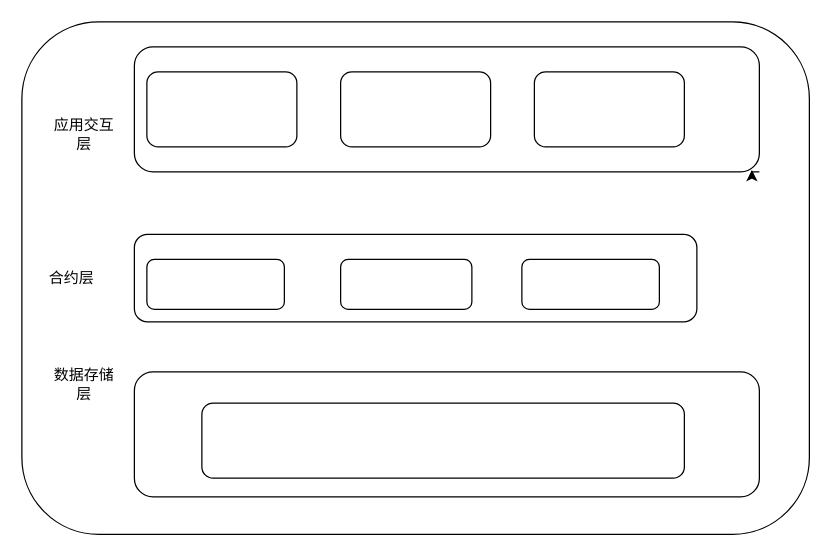
Earlier version of the draw.io diagram Untitled Diagram.drawio (lhq-HuNan/image). Source tidied: cells renumbered, new cells numbered last; positions are measured from the earlier drawing's top-left corner, leaving out a move shared by most shapes. Both pictures are drawn from the tidied source at 125%, with x=0, y=0 at pixel (21, 21).
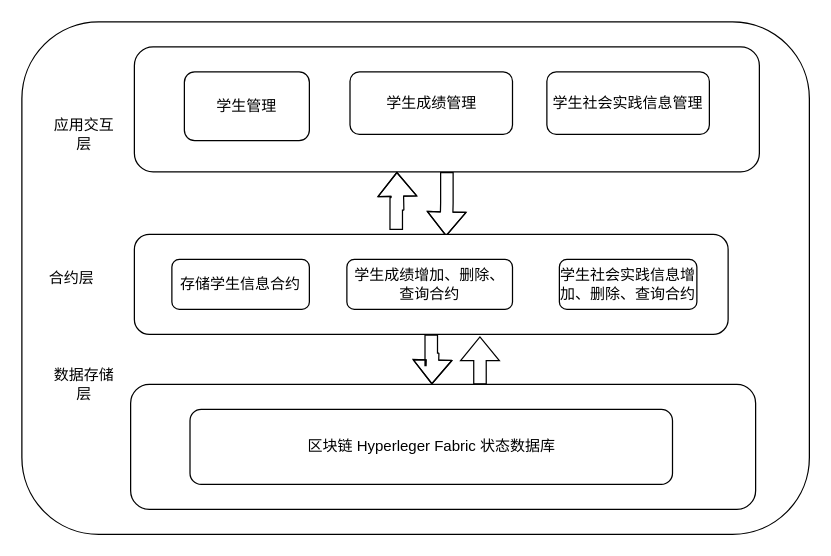
After the change.

The change refers to these unchanged cells:
```xml
<mxCell id="3" style="rounded=1;whiteSpace=wrap;html=1;" parent="1" vertex="1">
  <mxGeometry x="90" y="20" width="500" height="100" as="geometry" />
</mxCell>
```

Change to the diagram source:
```diff
@@
+    <mxCell id="17" style="edgeStyle=orthogonalEdgeStyle;rounded=0;jettySize=auto;html=1;shape=flexArrow;entryX=0.525;entryY=0.019;entryDx=0;entryDy=0;entryPerimeter=0;" parent="1" edge="1" source="3" target="9">
+      <mxGeometry relative="1" as="geometry" />
+    </mxCell>
@@
-    <mxCell id="4" style="rounded=1;whiteSpace=wrap;html=1;" parent="1" vertex="1">
-      <mxGeometry x="255" y="40" width="120" height="60" as="geometry" />
+    <mxCell id="4" value="学生成绩管理" style="rounded=1;whiteSpace=wrap;html=1;" parent="1" vertex="1">
+      <mxGeometry x="262.5" y="40" width="130" height="50" as="geometry" />
     </mxCell>
-    <mxCell id="5" style="rounded=1;whiteSpace=wrap;html=1;" parent="1" vertex="1">
-      <mxGeometry x="410" y="40" width="120" height="60" as="geometry" />
+    <mxCell id="5" value="学生社会实践信息管理" style="rounded=1;whiteSpace=wrap;html=1;" parent="1" vertex="1">
+      <mxGeometry x="420" y="40" width="130" height="50" as="geometry" />
     </mxCell>
@@
-    <mxCell id="8" style="rounded=1;whiteSpace=wrap;html=1;" parent="1" vertex="1">
-      <mxGeometry x="100" y="40" width="120" height="60" as="geometry" />
+    <mxCell id="8" value="学生管理" style="rounded=1;whiteSpace=wrap;html=1;" parent="1" vertex="1">
+      <mxGeometry x="130" y="40" width="100" height="55" as="geometry" />
     </mxCell>
+    <mxCell id="18" style="edgeStyle=orthogonalEdgeStyle;shape=flexArrow;rounded=0;jettySize=auto;html=1;exitX=0.441;exitY=-0.044;exitDx=0;exitDy=0;exitPerimeter=0;" parent="1" edge="1" source="9">
+      <mxGeometry relative="1" as="geometry">
+        <mxPoint x="300" y="120" as="targetPoint" />
+      </mxGeometry>
+    </mxCell>
+    <mxCell id="19" style="edgeStyle=orthogonalEdgeStyle;shape=flexArrow;rounded=0;jettySize=auto;html=1;" parent="1" edge="1" source="9">
+      <mxGeometry relative="1" as="geometry">
+        <mxPoint x="328" y="290" as="targetPoint" />
+      </mxGeometry>
+    </mxCell>
     <mxCell id="9" style="rounded=1;whiteSpace=wrap;html=1;" parent="1" vertex="1">
-      <mxGeometry x="90" y="170" width="450" height="70" as="geometry" />
+      <mxGeometry x="90" y="170" width="475" height="80" as="geometry" />
     </mxCell>
-    <mxCell id="10" style="rounded=1;whiteSpace=wrap;html=1;" parent="1" vertex="1">
-      <mxGeometry x="100" y="190" width="110" height="40" as="geometry" />
+    <mxCell id="10" value="存储学生信息合约" style="rounded=1;whiteSpace=wrap;html=1;" parent="1" vertex="1">
+      <mxGeometry x="120" y="190" width="110" height="40" as="geometry" />
     </mxCell>
-    <mxCell id="11" style="rounded=1;whiteSpace=wrap;html=1;" parent="1" vertex="1">
-      <mxGeometry x="255" y="190" width="105" height="40" as="geometry" />
+    <mxCell id="11" value="学生成绩增加、删除、查询合约" style="rounded=1;whiteSpace=wrap;html=1;" parent="1" vertex="1">
+      <mxGeometry x="260" y="190" width="132.5" height="40" as="geometry" />
     </mxCell>
-    <mxCell id="12" style="rounded=1;whiteSpace=wrap;html=1;" parent="1" vertex="1">
-      <mxGeometry x="400" y="190" width="110" height="40" as="geometry" />
+    <mxCell id="12" value="学生社会实践信息增加、删除、查询合约" style="rounded=1;whiteSpace=wrap;html=1;" parent="1" vertex="1">
+      <mxGeometry x="430" y="190" width="110" height="40" as="geometry" />
     </mxCell>
@@
+    <mxCell id="20" style="edgeStyle=orthogonalEdgeStyle;shape=flexArrow;rounded=0;jettySize=auto;html=1;entryX=0.582;entryY=1.019;entryDx=0;entryDy=0;entryPerimeter=0;exitX=0.559;exitY=0.001;exitDx=0;exitDy=0;exitPerimeter=0;" parent="1" edge="1" source="14" target="9">
+      <mxGeometry relative="1" as="geometry" />
+    </mxCell>
     <mxCell id="14" style="rounded=1;whiteSpace=wrap;html=1;" parent="1" vertex="1">
-      <mxGeometry x="90" y="280" width="500" height="100" as="geometry" />
+      <mxGeometry x="87" y="290" width="500" height="100" as="geometry" />
     </mxCell>
-    <mxCell id="15" style="rounded=1;whiteSpace=wrap;html=1;" parent="1" vertex="1">
-      <mxGeometry x="144" y="305" width="386" height="60" as="geometry" />
+    <mxCell id="15" value="区块链 Hyperleger Fabric 状态数据库" style="rounded=1;whiteSpace=wrap;html=1;" parent="1" vertex="1">
+      <mxGeometry x="134.5" y="310" width="386" height="60" as="geometry" />
     </mxCell>
-    <mxCell id="16" style="edgeStyle=orthogonalEdgeStyle;rounded=0;orthogonalLoop=1;jettySize=auto;html=1;exitX=1;exitY=1;exitDx=0;exitDy=0;entryX=0.988;entryY=0.985;entryDx=0;entryDy=0;entryPerimeter=0;" parent="1" edge="1" source="3" target="3">
-      <mxGeometry relative="1" as="geometry" />
-    </mxCell>
```
